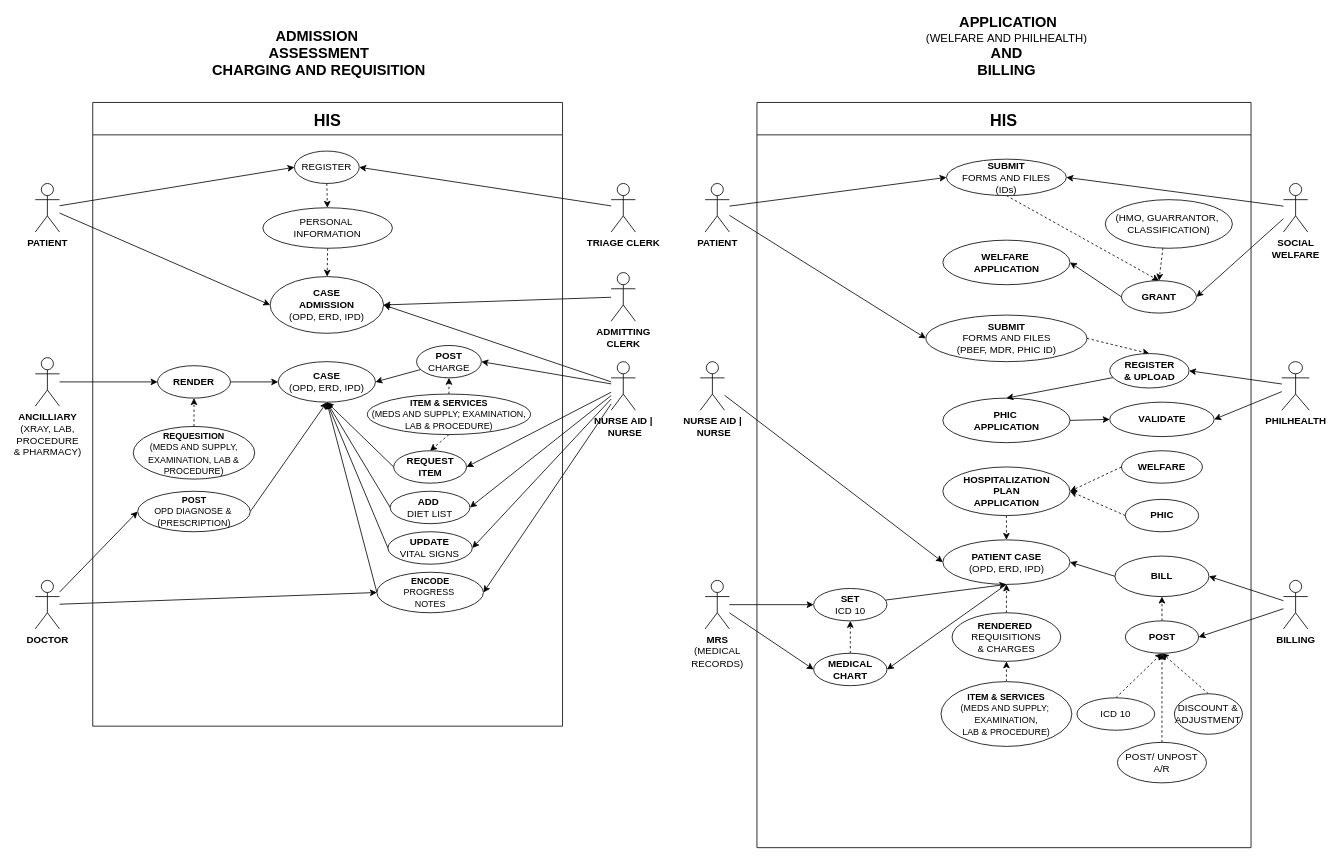
Above: page "Use Case" (3 of 7) of ActivityDiagram.git.drawio in ediangca/DAVNORHIS-Diagram (draw.io), before the change. Source tidied: cells renumbered, new cells numbered last; positions are measured from the earlier drawing's top-left corner, leaving out a move shared by most shapes. Both pictures are drawn from the tidied source at 81%, with x=0, y=0 at pixel (35, 19).
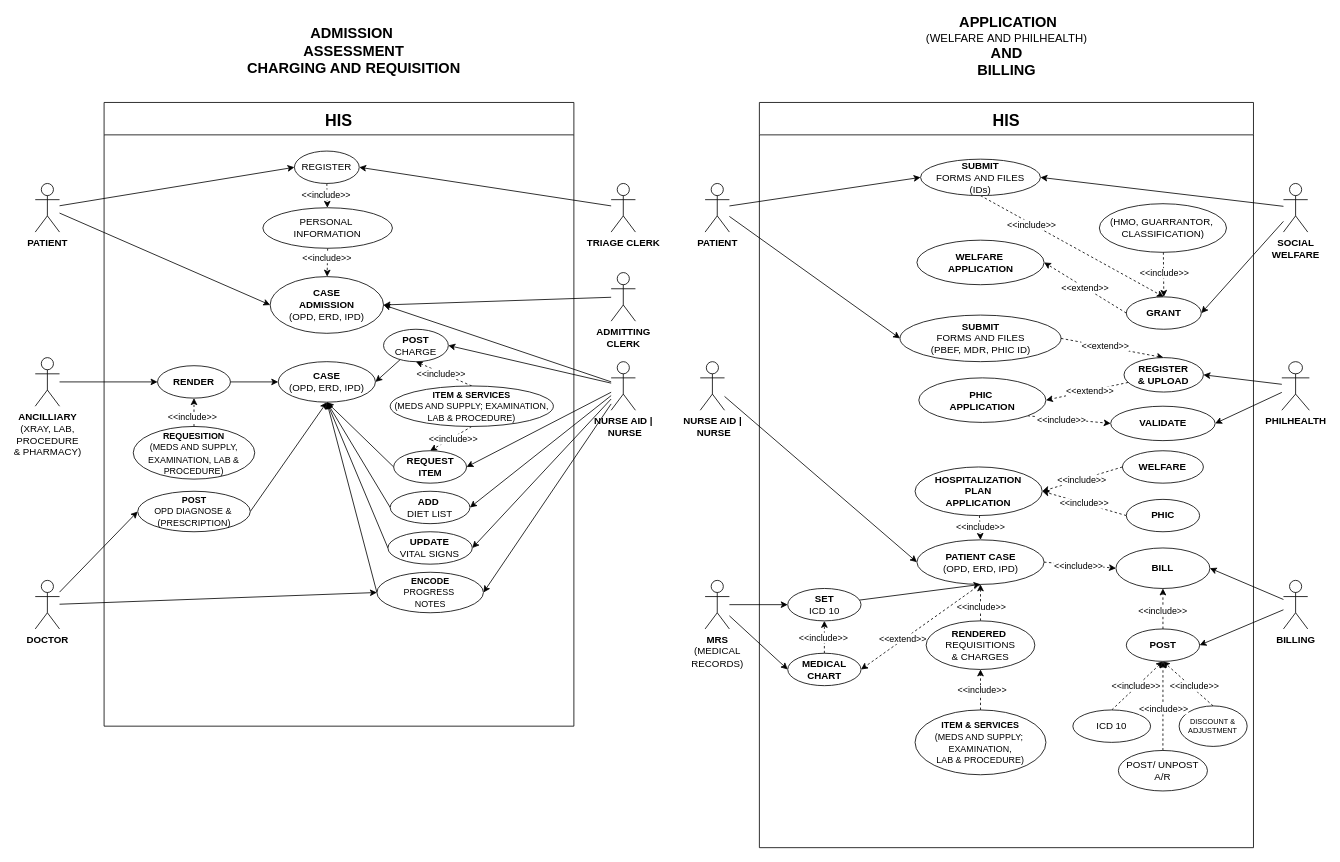
The same page after the edit.

The change refers to these unchanged cells:
```xml
<mxCell id="15" style="rounded=0;jettySize=auto;html=1;entryX=0.5;entryY=0;entryDx=0;entryDy=0;dashed=1;exitX=0.5;exitY=1;exitDx=0;exitDy=0;" parent="1" edge="1" source="16" target="18">
  <mxGeometry relative="1" as="geometry" />
</mxCell>
<mxCell id="20" style="rounded=0;jettySize=auto;html=1;dashed=1;entryX=0.5;entryY=0;entryDx=0;entryDy=0;exitX=0.5;exitY=0;exitDx=0;exitDy=0;" parent="1" edge="1" source="21" target="18">
  <mxGeometry relative="1" as="geometry" />
</mxCell>
<mxCell id="24" style="rounded=0;jettySize=auto;html=1;entryX=0.5;entryY=0;entryDx=0;entryDy=0;exitX=1;exitY=0.5;exitDx=0;exitDy=0;dashed=1;" parent="1" edge="1" source="23" target="27">
  <mxGeometry relative="1" as="geometry" />
</mxCell>
<mxCell id="44" style="rounded=0;jettySize=auto;html=1;dashed=1;" parent="1" edge="1" source="45" target="58">
  <mxGeometry relative="1" as="geometry" />
</mxCell>
<mxCell id="47" style="rounded=0;jettySize=auto;html=1;dashed=1;exitX=0.5;exitY=0;exitDx=0;exitDy=0;entryX=0.5;entryY=1;entryDx=0;entryDy=0;" parent="1" edge="1" source="49" target="51">
  <mxGeometry relative="1" as="geometry" />
</mxCell>
<mxCell id="48" style="rounded=0;jettySize=auto;html=1;entryX=0.5;entryY=0;entryDx=0;entryDy=0;dashed=1;exitX=0.5;exitY=1;exitDx=0;exitDy=0;" parent="1" edge="1" source="49" target="56">
  <mxGeometry relative="1" as="geometry" />
</mxCell>
<mxCell id="57" style="rounded=0;jettySize=auto;html=1;dashed=1;" parent="1" edge="1" source="58" target="46">
  <mxGeometry relative="1" as="geometry" />
</mxCell>
<mxCell id="61" style="rounded=0;jettySize=auto;html=1;entryX=0.5;entryY=1;entryDx=0;entryDy=0;dashed=1;exitX=0.5;exitY=0;exitDx=0;exitDy=0;" parent="1" edge="1" source="62" target="64">
  <mxGeometry relative="1" as="geometry" />
</mxCell>
<mxCell id="74" style="rounded=0;jettySize=auto;html=1;entryX=0.5;entryY=0;entryDx=0;entryDy=0;dashed=1;" parent="1" edge="1" source="75" target="73">
  <mxGeometry relative="1" as="geometry" />
</mxCell>
<mxCell id="76" style="rounded=0;jettySize=auto;html=1;dashed=1;exitX=0.5;exitY=0;exitDx=0;exitDy=0;entryX=0.5;entryY=1;entryDx=0;entryDy=0;" parent="1" edge="1" source="77" target="73">
  <mxGeometry relative="1" as="geometry" />
</mxCell>
<mxCell id="78" style="rounded=0;jettySize=auto;html=1;dashed=1;" parent="1" edge="1" source="79" target="77">
  <mxGeometry relative="1" as="geometry" />
</mxCell>
<mxCell id="80" style="rounded=0;jettySize=auto;html=1;entryX=1;entryY=0.5;entryDx=0;entryDy=0;dashed=1;exitX=0;exitY=0.5;exitDx=0;exitDy=0;" parent="1" edge="1" source="81" target="75">
  <mxGeometry relative="1" as="geometry" />
</mxCell>
<mxCell id="82" style="rounded=0;jettySize=auto;html=1;entryX=1;entryY=0.5;entryDx=0;entryDy=0;dashed=1;exitX=0;exitY=0.5;exitDx=0;exitDy=0;" parent="1" edge="1" source="83" target="75">
  <mxGeometry relative="1" as="geometry" />
</mxCell>
<mxCell id="86" style="rounded=0;jettySize=auto;html=1;exitX=0.5;exitY=0;exitDx=0;exitDy=0;dashed=1;entryX=0.5;entryY=1;entryDx=0;entryDy=0;" parent="1" edge="1" source="87" target="108">
  <mxGeometry relative="1" as="geometry" />
</mxCell>
<mxCell id="88" style="rounded=0;jettySize=auto;html=1;dashed=1;exitX=0.5;exitY=0;exitDx=0;exitDy=0;entryX=0.5;entryY=1;entryDx=0;entryDy=0;" parent="1" edge="1" source="89" target="108">
  <mxGeometry relative="1" as="geometry" />
</mxCell>
<mxCell id="90" style="rounded=0;jettySize=auto;html=1;dashed=1;entryX=0.5;entryY=1;entryDx=0;entryDy=0;" parent="1" edge="1" source="91" target="108">
  <mxGeometry relative="1" as="geometry" />
</mxCell>
<mxCell id="104" style="rounded=0;jettySize=auto;html=1;dashed=1;" parent="1" edge="1" source="105" target="103">
  <mxGeometry relative="1" as="geometry" />
</mxCell>
<mxCell id="107" style="rounded=0;jettySize=auto;html=1;entryX=0.5;entryY=1;entryDx=0;entryDy=0;dashed=1;" parent="1" edge="1" source="108" target="85">
  <mxGeometry relative="1" as="geometry" />
</mxCell>
```

The edit, as a diff of the source:
```diff
@@
     <mxCell id="2" value="&lt;font style=&quot;font-size: 18px;&quot;&gt;&lt;b&gt;ADMISSION&amp;nbsp;&lt;/b&gt;&lt;/font&gt;&lt;div style=&quot;font-size: 18px;&quot;&gt;&lt;font style=&quot;font-size: 18px;&quot;&gt;&lt;b&gt;ASSESSMENT&lt;/b&gt;&lt;/font&gt;&lt;/div&gt;&lt;div style=&quot;font-size: 18px;&quot;&gt;&lt;font style=&quot;font-size: 18px;&quot;&gt;&lt;b&gt;CHARGING AND REQUISITION&lt;/b&gt;&lt;/font&gt;&lt;/div&gt;" style="text;html=1;align=center;verticalAlign=middle;whiteSpace=wrap;rounded=0;" parent="1" vertex="1">
-      <mxGeometry x="177.5" y="3" width="345" height="80" as="geometry" />
+      <mxGeometry x="221" width="345" height="80" as="geometry" />
     </mxCell>
     <mxCell id="3" value="HIS" style="swimlane;fontStyle=1;horizontal=1;startSize=40;fillColor=#ffffff;swimlaneFillColor=#ffffff;fontSize=20;" parent="1" vertex="1">
-      <mxGeometry x="891" y="103" width="610" height="920" as="geometry" />
+      <mxGeometry x="894" y="103" width="610" height="920" as="geometry" />
     </mxCell>
@@
     <mxCell id="14" value="&lt;b&gt;WELFARE&amp;nbsp;&lt;/b&gt;&lt;div&gt;&lt;b&gt;APPLICATION&lt;/b&gt;&lt;/div&gt;" style="ellipse;whiteSpace=wrap;html=1;" parent="1" vertex="1">
-      <mxGeometry x="1120.5" y="273" width="157" height="55" as="geometry" />
+      <mxGeometry x="1088.5" y="273" width="157" height="55" as="geometry" />
     </mxCell>
@@
+    <mxCell id="109" value="&amp;lt;&amp;lt;include&amp;gt;&amp;gt;" style="edgeLabel;html=1;align=center;verticalAlign=middle;" parent="15" vertex="1">
+      <mxGeometry x="-0.44" y="-1" relative="1" as="geometry" />
+    </mxCell>
     <mxCell id="16" value="&lt;div&gt;&lt;b&gt;SUBMIT&lt;/b&gt;&lt;br&gt;&lt;/div&gt;FORMS&amp;nbsp;&lt;span style=&quot;background-color: initial;&quot;&gt;AND FILES&lt;/span&gt;&lt;div&gt;&lt;span style=&quot;background-color: initial;&quot;&gt;(IDs)&lt;/span&gt;&lt;/div&gt;" style="ellipse;whiteSpace=wrap;html=1;" parent="1" vertex="1">
-      <mxGeometry x="1125" y="173" width="148" height="45" as="geometry" />
+      <mxGeometry x="1093" y="173" width="148" height="45" as="geometry" />
     </mxCell>
-    <mxCell id="17" style="rounded=0;jettySize=auto;html=1;entryX=1;entryY=0.5;entryDx=0;entryDy=0;exitX=0;exitY=0.5;exitDx=0;exitDy=0;" parent="1" edge="1" source="18" target="14">
+    <mxCell id="17" style="rounded=0;jettySize=auto;html=1;entryX=1;entryY=0.5;entryDx=0;entryDy=0;exitX=0;exitY=0.5;exitDx=0;exitDy=0;dashed=1;" parent="1" edge="1" source="18" target="14">
       <mxGeometry relative="1" as="geometry" />
     </mxCell>
+    <mxCell id="110" value="&amp;lt;&amp;lt;extend&amp;gt;&amp;gt;" style="edgeLabel;html=1;align=center;verticalAlign=middle;" parent="17" vertex="1">
+      <mxGeometry x="0.03" relative="1" as="geometry" />
+    </mxCell>
     <mxCell id="18" value="&lt;b&gt;GRANT&lt;/b&gt;" style="ellipse;whiteSpace=wrap;html=1;" parent="1" vertex="1">
-      <mxGeometry x="1341" y="323" width="92.6" height="40" as="geometry" />
+      <mxGeometry x="1347" y="343" width="92.6" height="40" as="geometry" />
     </mxCell>
@@
+    <mxCell id="111" value="&amp;lt;&amp;lt;include&amp;gt;&amp;gt;" style="edgeLabel;html=1;align=center;verticalAlign=middle;" parent="20" vertex="1">
+      <mxGeometry x="0.49" relative="1" as="geometry" />
+    </mxCell>
     <mxCell id="21" value="(HMO, GUARRANTOR,&amp;nbsp; CLASSIFICATION)" style="ellipse;whiteSpace=wrap;html=1;" parent="1" vertex="1">
-      <mxGeometry x="1321" y="223" width="157" height="60" as="geometry" />
+      <mxGeometry x="1313.7" y="228" width="157" height="60" as="geometry" />
     </mxCell>
-    <mxCell id="22" style="rounded=0;jettySize=auto;html=1;entryX=0;entryY=0.5;entryDx=0;entryDy=0;exitX=1;exitY=0.5;exitDx=0;exitDy=0;" parent="1" edge="1" source="25" target="106">
+    <mxCell id="22" style="rounded=0;jettySize=auto;html=1;entryX=0;entryY=0.5;entryDx=0;entryDy=0;exitX=1;exitY=1;exitDx=0;exitDy=0;dashed=1;" parent="1" edge="1" source="25" target="106">
       <mxGeometry relative="1" as="geometry" />
     </mxCell>
+    <mxCell id="112" value="&amp;lt;&amp;lt;include&amp;gt;&amp;gt;" style="edgeLabel;html=1;align=center;verticalAlign=middle;" parent="22" vertex="1">
+      <mxGeometry x="-0.19" y="-1" relative="1" as="geometry" />
+    </mxCell>
     <mxCell id="23" value="&lt;div&gt;&lt;b&gt;SUBMIT&lt;/b&gt;&lt;/div&gt;FORMS&amp;nbsp;&lt;span style=&quot;background-color: initial;&quot;&gt;AND FILES&lt;/span&gt;&lt;div&gt;(PBEF, MDR, PHIC ID)&lt;/div&gt;" style="ellipse;whiteSpace=wrap;html=1;" parent="1" vertex="1">
-      <mxGeometry x="1099.6" y="365.5" width="198.8" height="57.5" as="geometry" />
+      <mxGeometry x="1067.6" y="365.5" width="198.8" height="57.5" as="geometry" />
     </mxCell>
@@
+    <mxCell id="113" value="&amp;lt;&amp;lt;extend&amp;gt;&amp;gt;" style="edgeLabel;html=1;align=center;verticalAlign=middle;" parent="24" vertex="1">
+      <mxGeometry x="-0.15" y="1" relative="1" as="geometry" />
+    </mxCell>
     <mxCell id="25" value="&lt;b&gt;PHIC&amp;nbsp;&lt;/b&gt;&lt;div&gt;&lt;b&gt;APPLICATION&lt;/b&gt;&lt;/div&gt;" style="ellipse;whiteSpace=wrap;html=1;" parent="1" vertex="1">
-      <mxGeometry x="1120.5" y="468" width="157" height="55" as="geometry" />
+      <mxGeometry x="1090.8" y="443" width="157" height="55" as="geometry" />
     </mxCell>
-    <mxCell id="26" style="rounded=0;jettySize=auto;html=1;entryX=0.5;entryY=0;entryDx=0;entryDy=0;" parent="1" edge="1" source="27" target="25">
+    <mxCell id="26" style="rounded=0;jettySize=auto;html=1;entryX=1;entryY=0.5;entryDx=0;entryDy=0;dashed=1;" parent="1" edge="1" source="27" target="25">
       <mxGeometry relative="1" as="geometry" />
     </mxCell>
+    <mxCell id="114" value="&amp;lt;&amp;lt;extend&amp;gt;&amp;gt;" style="edgeLabel;html=1;align=center;verticalAlign=middle;" parent="26" vertex="1">
+      <mxGeometry x="-0.06" y="1" relative="1" as="geometry" />
+    </mxCell>
     <mxCell id="27" value="&lt;b&gt;REGISTER&lt;/b&gt;&lt;div&gt;&lt;b&gt;&amp;amp; UPLOAD&lt;/b&gt;&lt;/div&gt;" style="ellipse;whiteSpace=wrap;html=1;" parent="1" vertex="1">
-      <mxGeometry x="1326.5" y="413" width="98" height="42.5" as="geometry" />
+      <mxGeometry x="1344.2" y="418" width="98" height="42.5" as="geometry" />
     </mxCell>
     <mxCell id="28" value="HIS" style="swimlane;fontStyle=1;horizontal=1;startSize=40;fillColor=#ffffff;swimlaneFillColor=#ffffff;fontSize=20;" parent="1" vertex="1">
-      <mxGeometry x="71" y="103" width="580" height="770" as="geometry" />
+      <mxGeometry x="85" y="103" width="580" height="770" as="geometry" />
     </mxCell>
@@
+    <mxCell id="115" value="&amp;lt;&amp;lt;include&amp;gt;&amp;gt;" style="edgeLabel;html=1;align=center;verticalAlign=middle;" parent="44" vertex="1">
+      <mxGeometry x="-0.14" y="-2" relative="1" as="geometry" />
+    </mxCell>
@@
+    <mxCell id="116" value="&amp;lt;&amp;lt;include&amp;gt;&amp;gt;" style="edgeLabel;html=1;align=center;verticalAlign=middle;" parent="47" vertex="1">
+      <mxGeometry x="0.08" y="1" relative="1" as="geometry" />
+    </mxCell>
@@
+    <mxCell id="117" value="&amp;lt;&amp;lt;include&amp;gt;&amp;gt;" style="edgeLabel;html=1;align=center;verticalAlign=middle;" parent="48" vertex="1">
+      <mxGeometry x="-0.05" y="2" relative="1" as="geometry" />
+    </mxCell>
     <mxCell id="49" value="&lt;b&gt;&lt;font style=&quot;font-size: 11px;&quot;&gt;ITEM &amp;amp;&amp;nbsp;&lt;/font&gt;&lt;span style=&quot;font-size: 11px; background-color: initial;&quot;&gt;SERVICES&lt;/span&gt;&lt;/b&gt;&lt;div&gt;&lt;font style=&quot;font-size: 11px;&quot;&gt;&lt;div style=&quot;font-size: 12px;&quot;&gt;&lt;span style=&quot;font-size: 11px;&quot;&gt;(MEDS AND SUPPLY; EXAMINATION,&lt;/span&gt;&lt;/div&gt;&lt;div style=&quot;font-size: 12px;&quot;&gt;&lt;span style=&quot;font-size: 11px;&quot;&gt;LAB &amp;amp; PROCEDURE)&lt;/span&gt;&lt;/div&gt;&lt;/font&gt;&lt;/div&gt;" style="ellipse;whiteSpace=wrap;html=1;" parent="1" vertex="1">
-      <mxGeometry x="410" y="463" width="201.5" height="50" as="geometry" />
+      <mxGeometry x="438.2" y="453" width="201.5" height="50" as="geometry" />
     </mxCell>
@@
     <mxCell id="51" value="&lt;b&gt;POST&lt;/b&gt;&lt;div&gt;CHARGE&lt;/div&gt;" style="ellipse;whiteSpace=wrap;html=1;" parent="1" vertex="1">
-      <mxGeometry x="470.8" y="403" width="80" height="40" as="geometry" />
+      <mxGeometry x="430" y="383" width="80" height="40" as="geometry" />
     </mxCell>
@@
+    <mxCell id="118" value="&amp;lt;&amp;lt;include&amp;gt;&amp;gt;" style="edgeLabel;html=1;align=center;verticalAlign=middle;" parent="57" vertex="1">
+      <mxGeometry x="-0.29" y="-1" relative="1" as="geometry" />
+    </mxCell>
@@
+    <mxCell id="119" value="&amp;lt;&amp;lt;include&amp;gt;&amp;gt;" style="edgeLabel;html=1;align=center;verticalAlign=middle;" parent="61" vertex="1">
+      <mxGeometry x="-0.31" y="3" relative="1" as="geometry" />
+    </mxCell>
@@
-    <mxCell id="72" style="rounded=0;jettySize=auto;html=1;entryX=1;entryY=0.5;entryDx=0;entryDy=0;exitX=0.5;exitY=1;exitDx=0;exitDy=0;" parent="1" edge="1" source="73" target="105">
+    <mxCell id="72" style="rounded=0;jettySize=auto;html=1;entryX=1;entryY=0.5;entryDx=0;entryDy=0;exitX=0.5;exitY=1;exitDx=0;exitDy=0;dashed=1;" parent="1" edge="1" source="73" target="105">
       <mxGeometry relative="1" as="geometry" />
     </mxCell>
+    <mxCell id="120" value="&amp;lt;&amp;lt;extend&amp;gt;&amp;gt;" style="edgeLabel;html=1;align=center;verticalAlign=middle;" parent="72" vertex="1">
+      <mxGeometry x="0.29" y="-2" relative="1" as="geometry" />
+    </mxCell>
     <mxCell id="73" value="&lt;b&gt;PATIENT CASE&lt;/b&gt;&lt;div&gt;(OPD, ERD, IPD)&lt;/div&gt;" style="ellipse;whiteSpace=wrap;html=1;" parent="1" vertex="1">
-      <mxGeometry x="1120.5" y="643" width="157" height="55" as="geometry" />
+      <mxGeometry x="1088.5" y="643" width="157" height="55" as="geometry" />
     </mxCell>
@@
+    <mxCell id="121" value="&amp;lt;&amp;lt;include&amp;gt;&amp;gt;" style="edgeLabel;html=1;align=center;verticalAlign=middle;" parent="74" vertex="1">
+      <mxGeometry x="-0.04" relative="1" as="geometry" />
+    </mxCell>
     <mxCell id="75" value="&lt;div&gt;&lt;b&gt;HOSPITALIZATION&lt;/b&gt;&lt;/div&gt;&lt;div&gt;&lt;b&gt;PLAN&lt;/b&gt;&lt;/div&gt;&lt;b&gt;APPLICATION&lt;/b&gt;" style="ellipse;whiteSpace=wrap;html=1;" parent="1" vertex="1">
-      <mxGeometry x="1120.5" y="553" width="157" height="60" as="geometry" />
+      <mxGeometry x="1086.2" y="553" width="157" height="60" as="geometry" />
     </mxCell>
@@
+    <mxCell id="122" value="&amp;lt;&amp;lt;include&amp;gt;&amp;gt;" style="edgeLabel;html=1;align=center;verticalAlign=middle;" parent="76" vertex="1">
+      <mxGeometry x="-0.22" relative="1" as="geometry" />
+    </mxCell>
     <mxCell id="77" value="&lt;b&gt;RENDERED&amp;nbsp;&lt;/b&gt;&lt;div&gt;&lt;span style=&quot;background-color: initial;&quot;&gt;REQUISITIONS&lt;/span&gt;&lt;/div&gt;&lt;div&gt;&lt;span style=&quot;background-color: initial;&quot;&gt;&amp;amp; CHARGES&lt;/span&gt;&lt;/div&gt;" style="ellipse;whiteSpace=wrap;html=1;" parent="1" vertex="1">
-      <mxGeometry x="1131.9" y="733" width="134.2" height="60" as="geometry" />
+      <mxGeometry x="1099.9" y="743" width="134.2" height="60" as="geometry" />
     </mxCell>
@@
+    <mxCell id="123" value="&amp;lt;&amp;lt;include&amp;gt;&amp;gt;" style="edgeLabel;html=1;align=center;verticalAlign=middle;" parent="78" vertex="1">
+      <mxGeometry x="-0.02" y="-1" relative="1" as="geometry" />
+    </mxCell>
     <mxCell id="79" value="&lt;b&gt;&lt;font style=&quot;font-size: 11px;&quot;&gt;ITEM &amp;amp;&amp;nbsp;&lt;/font&gt;&lt;span style=&quot;font-size: 11px; background-color: initial;&quot;&gt;SERVICES&lt;/span&gt;&lt;/b&gt;&lt;div&gt;&lt;font style=&quot;font-size: 11px;&quot;&gt;&lt;div style=&quot;font-size: 12px;&quot;&gt;&lt;span style=&quot;font-size: 11px;&quot;&gt;(MEDS AND SUPPLY;&amp;nbsp;&lt;/span&gt;&lt;/div&gt;&lt;div style=&quot;font-size: 12px;&quot;&gt;&lt;span style=&quot;font-size: 11px;&quot;&gt;EXAMINATION,&lt;/span&gt;&lt;/div&gt;&lt;div style=&quot;font-size: 12px;&quot;&gt;&lt;span style=&quot;font-size: 11px;&quot;&gt;LAB &amp;amp; PROCEDURE)&lt;/span&gt;&lt;/div&gt;&lt;/font&gt;&lt;/div&gt;" style="ellipse;whiteSpace=wrap;html=1;" parent="1" vertex="1">
-      <mxGeometry x="1118.2" y="818" width="161.6" height="80" as="geometry" />
+      <mxGeometry x="1086.2" y="853" width="161.6" height="80" as="geometry" />
     </mxCell>
@@
+    <mxCell id="124" value="&amp;lt;&amp;lt;include&amp;gt;&amp;gt;" style="edgeLabel;html=1;align=center;verticalAlign=middle;" parent="80" vertex="1">
+      <mxGeometry x="0.03" y="-1" relative="1" as="geometry">
+        <mxPoint y="1" as="offset" />
+      </mxGeometry>
+    </mxCell>
     <mxCell id="81" value="&lt;b&gt;WELFARE&lt;/b&gt;" style="ellipse;whiteSpace=wrap;html=1;" parent="1" vertex="1">
-      <mxGeometry x="1341" y="533" width="100" height="40" as="geometry" />
+      <mxGeometry x="1342.2" y="533" width="100" height="40" as="geometry" />
     </mxCell>
@@
+    <mxCell id="125" value="&amp;lt;&amp;lt;include&amp;gt;&amp;gt;" style="edgeLabel;html=1;align=center;verticalAlign=middle;" parent="82" vertex="1">
+      <mxGeometry x="0.02" relative="1" as="geometry" />
+    </mxCell>
     <mxCell id="83" value="&lt;b&gt;PHIC&lt;/b&gt;" style="ellipse;whiteSpace=wrap;html=1;" parent="1" vertex="1">
-      <mxGeometry x="1345.8" y="593" width="90.5" height="40" as="geometry" />
+      <mxGeometry x="1347" y="593" width="90.5" height="40" as="geometry" />
     </mxCell>
-    <mxCell id="84" style="rounded=0;jettySize=auto;html=1;entryX=1;entryY=0.5;entryDx=0;entryDy=0;exitX=0;exitY=0.5;exitDx=0;exitDy=0;" parent="1" edge="1" source="85" target="73">
+    <mxCell id="84" style="rounded=0;jettySize=auto;html=1;entryX=0;entryY=0.5;entryDx=0;entryDy=0;exitX=1;exitY=0.5;exitDx=0;exitDy=0;dashed=1;" parent="1" edge="1" source="73" target="85">
       <mxGeometry relative="1" as="geometry" />
     </mxCell>
+    <mxCell id="126" value="&amp;lt;&amp;lt;include&amp;gt;&amp;gt;" style="edgeLabel;html=1;align=center;verticalAlign=middle;" parent="84" vertex="1">
+      <mxGeometry x="-0.06" y="-1" relative="1" as="geometry" />
+    </mxCell>
     <mxCell id="85" value="&lt;b&gt;BILL&lt;/b&gt;" style="ellipse;whiteSpace=wrap;html=1;" parent="1" vertex="1">
-      <mxGeometry x="1333" y="663" width="116" height="50" as="geometry" />
+      <mxGeometry x="1334.2" y="653" width="116" height="50" as="geometry" />
     </mxCell>
@@
+    <mxCell id="127" value="&amp;lt;&amp;lt;include&amp;gt;&amp;gt;" style="edgeLabel;html=1;align=center;verticalAlign=middle;" parent="86" vertex="1">
+      <mxGeometry x="-0.04" y="1" relative="1" as="geometry" />
+    </mxCell>
     <mxCell id="87" value="&lt;div&gt;&lt;span style=&quot;background-color: initial;&quot;&gt;ICD 10&lt;/span&gt;&lt;br&gt;&lt;/div&gt;" style="ellipse;whiteSpace=wrap;html=1;" parent="1" vertex="1">
-      <mxGeometry x="1286.1" y="838" width="96" height="40" as="geometry" />
+      <mxGeometry x="1281" y="853" width="96" height="40" as="geometry" />
     </mxCell>
@@
+    <mxCell id="128" value="&amp;lt;&amp;lt;include&amp;gt;&amp;gt;" style="edgeLabel;html=1;align=center;verticalAlign=middle;" parent="88" vertex="1">
+      <mxGeometry x="-0.18" y="-2" relative="1" as="geometry" />
+    </mxCell>
-    <mxCell id="89" value="DISCOUNT&amp;nbsp;&lt;span style=&quot;background-color: initial;&quot;&gt;&amp;amp;&lt;/span&gt;&lt;div&gt;&lt;div&gt;&lt;span style=&quot;background-color: initial;&quot;&gt;ADJUSTMENT&lt;/span&gt;&lt;/div&gt;&lt;/div&gt;" style="ellipse;whiteSpace=wrap;html=1;" parent="1" vertex="1">
-      <mxGeometry x="1406.4" y="833" width="84" height="50" as="geometry" />
+    <mxCell id="89" value="DISCOUNT&amp;nbsp;&lt;span style=&quot;background-color: initial;&quot;&gt;&amp;amp;&lt;/span&gt;&lt;div&gt;&lt;div&gt;&lt;span style=&quot;background-color: initial;&quot;&gt;ADJUSTMENT&lt;/span&gt;&lt;/div&gt;&lt;/div&gt;" style="ellipse;whiteSpace=wrap;html=1;fontSize=9;" parent="1" vertex="1">
+      <mxGeometry x="1412.2" y="848" width="84" height="50" as="geometry" />
     </mxCell>
@@
+    <mxCell id="129" value="&amp;lt;&amp;lt;include&amp;gt;&amp;gt;" style="edgeLabel;html=1;align=center;verticalAlign=middle;" parent="90" vertex="1">
+      <mxGeometry x="-0.05" relative="1" as="geometry" />
+    </mxCell>
     <mxCell id="91" value="POST/ UNPOST&lt;div&gt;A/R&lt;/div&gt;" style="ellipse;whiteSpace=wrap;html=1;" parent="1" vertex="1">
-      <mxGeometry x="1336" y="893" width="110" height="50" as="geometry" />
+      <mxGeometry x="1337.2" y="903" width="110" height="50" as="geometry" />
     </mxCell>
@@
     <mxCell id="103" value="&lt;b&gt;SET&lt;/b&gt;&lt;div&gt;ICD 10&lt;/div&gt;" style="ellipse;whiteSpace=wrap;html=1;" parent="1" vertex="1">
-      <mxGeometry x="961" y="703" width="90.5" height="40" as="geometry" />
+      <mxGeometry x="929" y="703" width="90.5" height="40" as="geometry" />
     </mxCell>
@@
+    <mxCell id="130" value="&amp;lt;&amp;lt;include&amp;gt;&amp;gt;" style="edgeLabel;html=1;align=center;verticalAlign=middle;" parent="104" vertex="1">
+      <mxGeometry x="0.02" y="2" relative="1" as="geometry" />
+    </mxCell>
     <mxCell id="105" value="&lt;b&gt;MEDICAL&lt;/b&gt;&lt;div&gt;&lt;b&gt;CHART&lt;/b&gt;&lt;/div&gt;" style="ellipse;whiteSpace=wrap;html=1;" parent="1" vertex="1">
-      <mxGeometry x="961" y="783" width="90.5" height="40" as="geometry" />
+      <mxGeometry x="929" y="783" width="90.5" height="40" as="geometry" />
     </mxCell>
     <mxCell id="106" value="&lt;b&gt;VALIDATE&lt;/b&gt;" style="ellipse;whiteSpace=wrap;html=1;" parent="1" vertex="1">
-      <mxGeometry x="1326.5" y="473" width="129" height="42.5" as="geometry" />
+      <mxGeometry x="1327.7" y="478" width="129" height="42.5" as="geometry" />
     </mxCell>
@@
+    <mxCell id="131" value="&amp;lt;&amp;lt;include&amp;gt;&amp;gt;" style="edgeLabel;html=1;align=center;verticalAlign=middle;" parent="107" vertex="1">
+      <mxGeometry x="-0.08" y="1" relative="1" as="geometry" />
+    </mxCell>
     <mxCell id="108" value="&lt;b&gt;POST&lt;/b&gt;" style="ellipse;whiteSpace=wrap;html=1;" parent="1" vertex="1">
-      <mxGeometry x="1345.8" y="743" width="90.5" height="40" as="geometry" />
+      <mxGeometry x="1347" y="753" width="90.5" height="40" as="geometry" />
     </mxCell>
```
